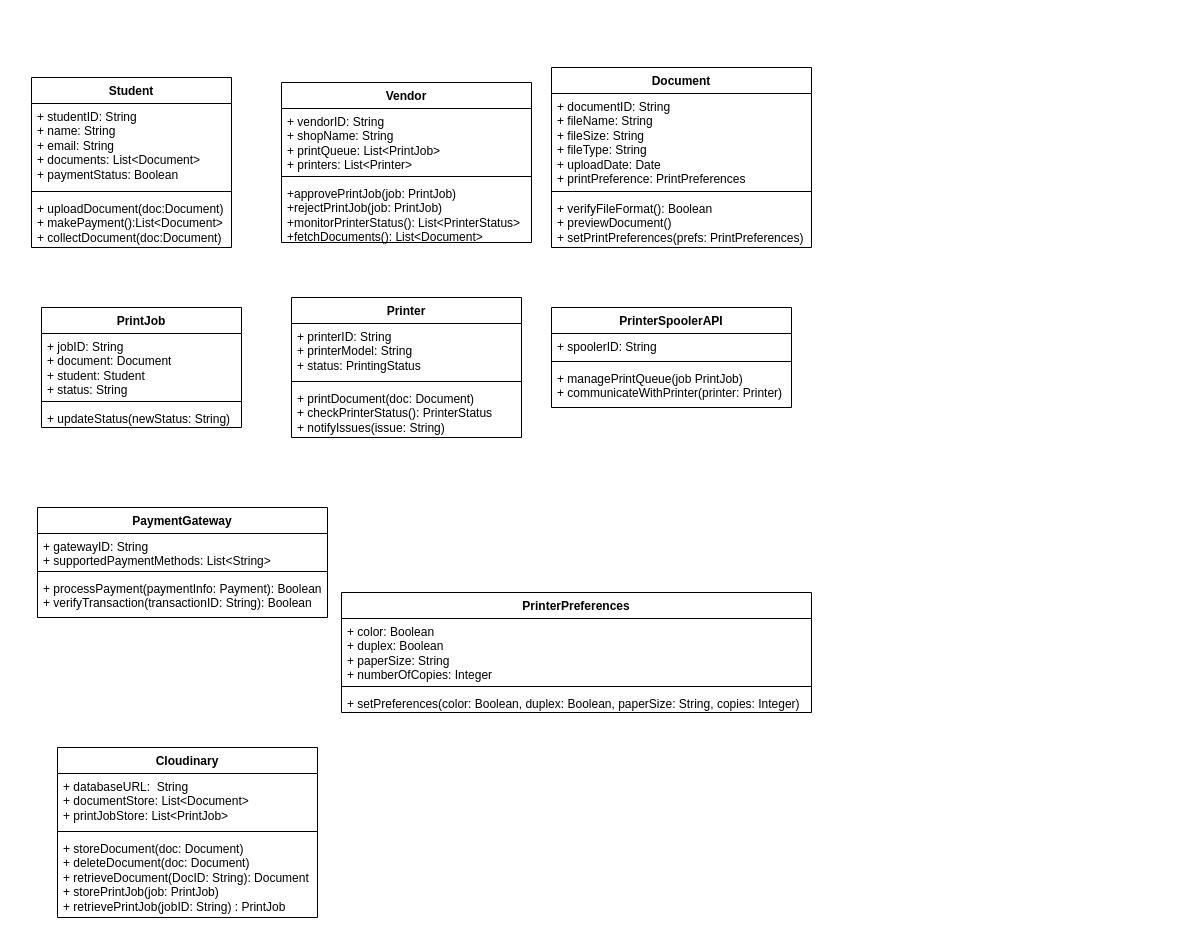
aayushsingh23/BetterMehtaDocs keeps this draw.io diagram as UML Dia/Class-dia.drawio. Above is the earlier version. Source tidied: cells renumbered, new cells numbered last; positions are measured from the earlier drawing's top-left corner, leaving out a move shared by most shapes. Both pictures are drawn from the tidied source at 100%, with x=0, y=0 at pixel (31, 67).
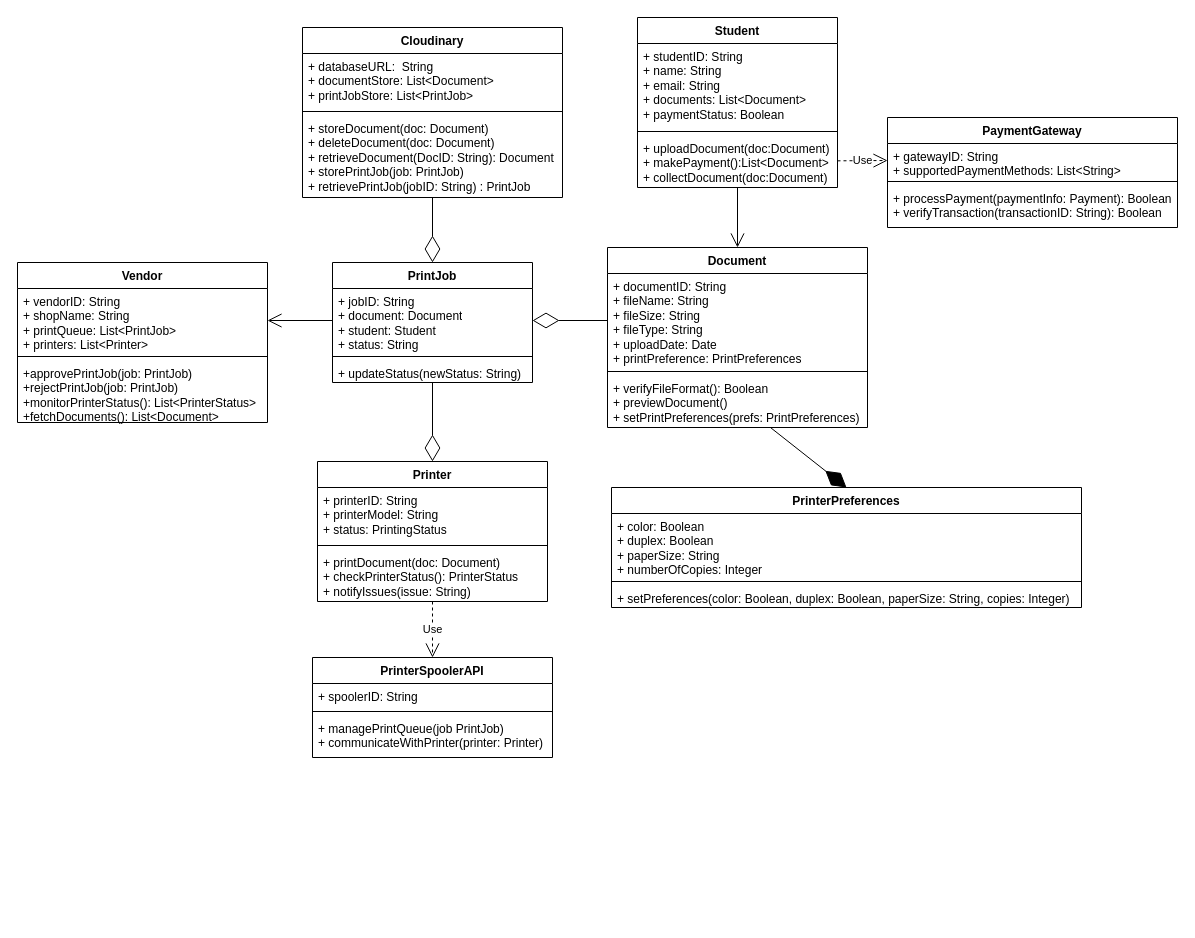
Above is the later version.

Commit message (it also covers changes not shown here):
added class diagram

Unchanged cells that the change refers to:
```xml
<mxCell id="5" value="+ uploadDocument(doc:Document)&lt;div&gt;+ makePayment():List&amp;lt;Document&amp;gt;&lt;/div&gt;&lt;div&gt;+ collectDocument(doc:Document)&lt;br&gt;&lt;div&gt;&lt;br&gt;&lt;/div&gt;&lt;/div&gt;" style="text;strokeColor=none;fillColor=none;align=left;verticalAlign=top;spacingLeft=4;spacingRight=4;overflow=hidden;points=[[0,0.5],[1,0.5]];portConstraint=eastwest;whiteSpace=wrap;html=1;" parent="2" vertex="1">
  <mxGeometry y="118" width="200" height="52" as="geometry" />
</mxCell>
<mxCell id="7" value="+ vendorID: String&lt;div&gt;+ shopName: String&lt;br&gt;&lt;/div&gt;&lt;div&gt;+ printQueue: List&amp;lt;PrintJob&amp;gt;&lt;br&gt;&lt;/div&gt;&lt;div&gt;+ printers: List&amp;lt;Printer&amp;gt;&lt;/div&gt;" style="text;strokeColor=none;fillColor=none;align=left;verticalAlign=top;spacingLeft=4;spacingRight=4;overflow=hidden;points=[[0,0.5],[1,0.5]];portConstraint=eastwest;whiteSpace=wrap;html=1;" parent="6" vertex="1">
  <mxGeometry y="26" width="250" height="64" as="geometry" />
</mxCell>
<mxCell id="11" value="+ documentID: String&lt;div&gt;+ fileName: String&lt;br&gt;&lt;/div&gt;&lt;div&gt;+ fileSize: String&lt;br&gt;&lt;/div&gt;&lt;div&gt;+ fileType: String&lt;/div&gt;&lt;div&gt;+ uploadDate: Date&lt;/div&gt;&lt;div&gt;+ printPreference: P&lt;span style=&quot;background-color: initial;&quot;&gt;rintPreferences&lt;/span&gt;&lt;/div&gt;" style="text;strokeColor=none;fillColor=none;align=left;verticalAlign=top;spacingLeft=4;spacingRight=4;overflow=hidden;points=[[0,0.5],[1,0.5]];portConstraint=eastwest;whiteSpace=wrap;html=1;" parent="10" vertex="1">
  <mxGeometry y="26" width="260" height="94" as="geometry" />
</mxCell>
<mxCell id="13" value="&lt;div&gt;&lt;div&gt;+ verifyFileFormat(): Boolean&lt;/div&gt;&lt;/div&gt;&lt;div&gt;+ previewDocument()&lt;/div&gt;&lt;div&gt;+&amp;nbsp;setPrintPreferences(prefs: PrintPreferences)&lt;/div&gt;" style="text;strokeColor=none;fillColor=none;align=left;verticalAlign=top;spacingLeft=4;spacingRight=4;overflow=hidden;points=[[0,0.5],[1,0.5]];portConstraint=eastwest;whiteSpace=wrap;html=1;" parent="10" vertex="1">
  <mxGeometry y="128" width="260" height="52" as="geometry" />
</mxCell>
<mxCell id="15" value="+ jobID: String&lt;div&gt;+ document: D&lt;span style=&quot;background-color: initial;&quot;&gt;ocument&lt;/span&gt;&lt;/div&gt;&lt;div&gt;&lt;span style=&quot;background-color: initial;&quot;&gt;+ student: Student&lt;/span&gt;&lt;/div&gt;&lt;div&gt;&lt;span style=&quot;background-color: initial;&quot;&gt;+ status: String&lt;/span&gt;&lt;/div&gt;" style="text;strokeColor=none;fillColor=none;align=left;verticalAlign=top;spacingLeft=4;spacingRight=4;overflow=hidden;points=[[0,0.5],[1,0.5]];portConstraint=eastwest;whiteSpace=wrap;html=1;" parent="14" vertex="1">
  <mxGeometry y="26" width="200" height="64" as="geometry" />
</mxCell>
<mxCell id="17" value="&lt;div&gt;&lt;div&gt;+ updateStatus(newStatus: String)&lt;/div&gt;&lt;/div&gt;" style="text;strokeColor=none;fillColor=none;align=left;verticalAlign=top;spacingLeft=4;spacingRight=4;overflow=hidden;points=[[0,0.5],[1,0.5]];portConstraint=eastwest;whiteSpace=wrap;html=1;" parent="14" vertex="1">
  <mxGeometry y="98" width="200" height="22" as="geometry" />
</mxCell>
<mxCell id="21" value="+ printDocument(doc: Document)&lt;div&gt;+ checkPrinterStatus(): PrinterStatus&lt;/div&gt;&lt;div&gt;+ notifyIssues(issue: String)&lt;/div&gt;" style="text;strokeColor=none;fillColor=none;align=left;verticalAlign=top;spacingLeft=4;spacingRight=4;overflow=hidden;points=[[0,0.5],[1,0.5]];portConstraint=eastwest;whiteSpace=wrap;html=1;" parent="18" vertex="1">
  <mxGeometry y="88" width="230" height="52" as="geometry" />
</mxCell>
<mxCell id="23" value="+ gatewayID: String&lt;div&gt;+ supportedPaymentMethods: List&amp;lt;String&amp;gt;&lt;br&gt;&lt;/div&gt;" style="text;strokeColor=none;fillColor=none;align=left;verticalAlign=top;spacingLeft=4;spacingRight=4;overflow=hidden;points=[[0,0.5],[1,0.5]];portConstraint=eastwest;whiteSpace=wrap;html=1;" parent="22" vertex="1">
  <mxGeometry y="26" width="290" height="34" as="geometry" />
</mxCell>
<mxCell id="37" value="&lt;div&gt;&lt;div&gt;+ storeDocument(doc: Document)&lt;/div&gt;&lt;/div&gt;&lt;div&gt;+ deleteDocument(doc: Document)&lt;/div&gt;&lt;div&gt;+ retrieveDocument(DocID: String): Document&lt;/div&gt;&lt;div&gt;+ storePrintJob(job: PrintJob)&lt;/div&gt;&lt;div&gt;+ retrievePrintJob(jobID: String) : PrintJob&lt;/div&gt;" style="text;strokeColor=none;fillColor=none;align=left;verticalAlign=top;spacingLeft=4;spacingRight=4;overflow=hidden;points=[[0,0.5],[1,0.5]];portConstraint=eastwest;whiteSpace=wrap;html=1;" parent="34" vertex="1">
  <mxGeometry y="88" width="260" height="82" as="geometry" />
</mxCell>
```

What changed in the source:
```diff
@@
     <mxCell id="2" value="Student" style="swimlane;fontStyle=1;align=center;verticalAlign=top;horizontal=1;startSize=26;whiteSpace=wrap;html=1;" parent="1" vertex="1">
-      <mxGeometry y="10" width="200" height="170" as="geometry" />
+      <mxGeometry x="606" y="-50" width="200" height="170" as="geometry" />
     </mxCell>
@@
     <mxCell id="6" value="Vendor" style="swimlane;fontStyle=1;align=center;verticalAlign=top;horizontal=1;startSize=26;whiteSpace=wrap;html=1;" parent="1" vertex="1">
-      <mxGeometry x="250" y="15" width="250" height="160" as="geometry" />
+      <mxGeometry x="-14" y="195" width="250" height="160" as="geometry" />
     </mxCell>
@@
     <mxCell id="10" value="Document" style="swimlane;fontStyle=1;align=center;verticalAlign=top;horizontal=1;startSize=26;whiteSpace=wrap;html=1;" parent="1" vertex="1">
-      <mxGeometry x="520" width="260" height="180" as="geometry" />
+      <mxGeometry x="576" y="180" width="260" height="180" as="geometry" />
     </mxCell>
@@
     <mxCell id="14" value="PrintJob" style="swimlane;fontStyle=1;align=center;verticalAlign=top;horizontal=1;startSize=26;whiteSpace=wrap;html=1;" parent="1" vertex="1">
-      <mxGeometry x="10" y="240" width="200" height="120" as="geometry" />
+      <mxGeometry x="301" y="195" width="200" height="120" as="geometry" />
     </mxCell>
@@
     <mxCell id="18" value="Printer" style="swimlane;fontStyle=1;align=center;verticalAlign=top;horizontal=1;startSize=26;whiteSpace=wrap;html=1;" parent="1" vertex="1">
-      <mxGeometry x="260" y="230" width="230" height="140" as="geometry" />
+      <mxGeometry x="286" y="394" width="230" height="140" as="geometry" />
     </mxCell>
@@
     <mxCell id="22" value="PaymentGateway" style="swimlane;fontStyle=1;align=center;verticalAlign=top;horizontal=1;startSize=26;whiteSpace=wrap;html=1;" parent="1" vertex="1">
-      <mxGeometry x="6" y="440" width="290" height="110" as="geometry" />
+      <mxGeometry x="856" y="50" width="290" height="110" as="geometry" />
     </mxCell>
@@
     <mxCell id="26" value="PrinterPreferences" style="swimlane;fontStyle=1;align=center;verticalAlign=top;horizontal=1;startSize=26;whiteSpace=wrap;html=1;" parent="1" vertex="1">
-      <mxGeometry x="310" y="525" width="470" height="120" as="geometry" />
+      <mxGeometry x="580" y="420" width="470" height="120" as="geometry" />
     </mxCell>
@@
     <mxCell id="30" value="PrinterSpoolerAPI" style="swimlane;fontStyle=1;align=center;verticalAlign=top;horizontal=1;startSize=26;whiteSpace=wrap;html=1;" parent="1" vertex="1">
-      <mxGeometry x="520" y="240" width="240" height="100" as="geometry" />
+      <mxGeometry x="281" y="590" width="240" height="100" as="geometry" />
     </mxCell>
@@
     <mxCell id="34" value="Cloudinary" style="swimlane;fontStyle=1;align=center;verticalAlign=top;horizontal=1;startSize=26;whiteSpace=wrap;html=1;" parent="1" vertex="1">
-      <mxGeometry x="26" y="680" width="260" height="170" as="geometry" />
+      <mxGeometry x="271" y="-40" width="260" height="170" as="geometry" />
     </mxCell>
@@
+    <mxCell id="38" style="endArrow=diamondThin;endFill=1;endSize=24;html=1;rounded=0;entryX=0.5;entryY=0;entryDx=0;entryDy=0;" parent="1" edge="1" source="13" target="26">
+      <mxGeometry relative="1" as="geometry" />
+    </mxCell>
+    <mxCell id="39" style="endArrow=diamondThin;endFill=0;endSize=24;html=1;rounded=0;entryX=1;entryY=0.5;entryDx=0;entryDy=0;exitX=0;exitY=0.5;exitDx=0;exitDy=0;" parent="1" edge="1" source="11" target="15">
+      <mxGeometry relative="1" as="geometry" />
+    </mxCell>
+    <mxCell id="40" style="endArrow=diamondThin;endFill=0;endSize=24;html=1;rounded=0;entryX=0.5;entryY=0;entryDx=0;entryDy=0;" parent="1" edge="1" source="17" target="18">
+      <mxGeometry relative="1" as="geometry" />
+    </mxCell>
+    <mxCell id="41" style="endArrow=diamondThin;endFill=0;endSize=24;html=1;rounded=0;entryX=0.5;entryY=0;entryDx=0;entryDy=0;" parent="1" edge="1" source="37" target="14">
+      <mxGeometry relative="1" as="geometry" />
+    </mxCell>
+    <mxCell id="42" style="endArrow=open;endFill=1;endSize=12;html=1;rounded=0;entryX=0.5;entryY=0;entryDx=0;entryDy=0;" parent="1" edge="1" source="5" target="10">
+      <mxGeometry relative="1" as="geometry" />
+    </mxCell>
+    <mxCell id="43" style="endArrow=open;endFill=1;endSize=12;html=1;rounded=0;entryX=1;entryY=0.5;entryDx=0;entryDy=0;" parent="1" edge="1" source="15" target="7">
+      <mxGeometry relative="1" as="geometry" />
+    </mxCell>
+    <mxCell id="44" value="Use" style="endArrow=open;endSize=12;dashed=1;html=1;rounded=0;entryX=0;entryY=0.5;entryDx=0;entryDy=0;" parent="1" edge="1" source="5" target="23">
+      <mxGeometry relative="1" as="geometry" />
+    </mxCell>
+    <mxCell id="45" value="Use" style="endArrow=open;endSize=12;dashed=1;html=1;rounded=0;entryX=0.5;entryY=0;entryDx=0;entryDy=0;" parent="1" edge="1" source="21" target="30">
+      <mxGeometry relative="1" as="geometry" />
+    </mxCell>
```
